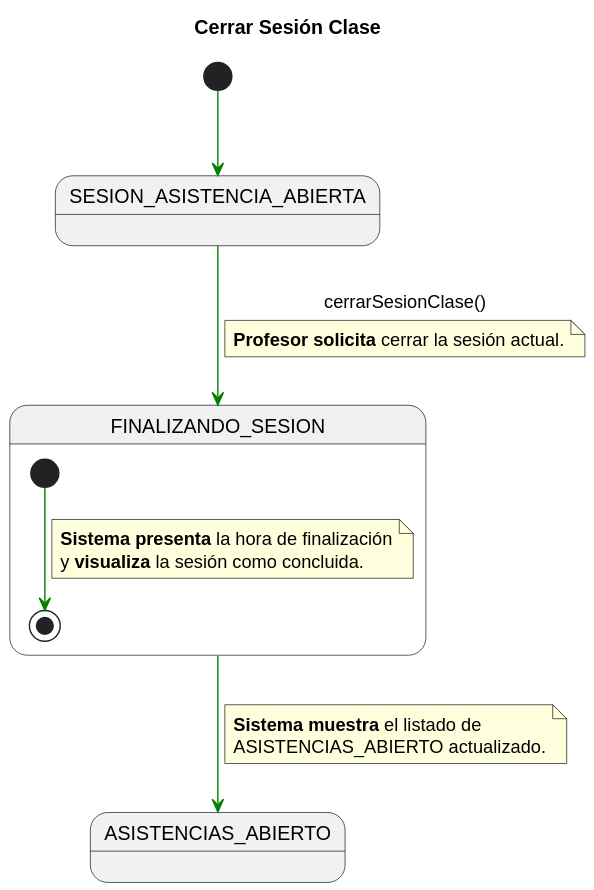
jerdier/25-26-idsw2-sdVC keeps this PlantUML diagram as documents/requisitado/02-detalle/Profesor/cerrarSesionClase.svg. Above is the earlier version. The source it was exported from:
```plantuml
@startuml
title Cerrar Sesión Clase
skinparam linetype polyline

state SESION_ACTUAL_INICIAL as "SESION_ASISTENCIA_ABIERTA"
state PROCESO_CIERRE_COMP   as "FINALIZANDO_SESION"
state ASISTENCIAS_FINAL     as "ASISTENCIAS_ABIERTO"

[*] -[#green]-> SESION_ACTUAL_INICIAL

SESION_ACTUAL_INICIAL -[#green]-> PROCESO_CIERRE_COMP : cerrarSesionClase()
note on link
<b>Profesor solicita</b> cerrar la sesión actual.
end note

state PROCESO_CIERRE_COMP {


    [*] -[#green]-> [*]
    note on link
    <b>Sistema presenta</b> la hora de finalización
    y <b>visualiza</b> la sesión como concluida.
    end note

}

PROCESO_CIERRE_COMP -[#green]-> ASISTENCIAS_FINAL
note on link
<b>Sistema muestra</b> el listado de
ASISTENCIAS_ABIERTO actualizado.
end note
@enduml
```
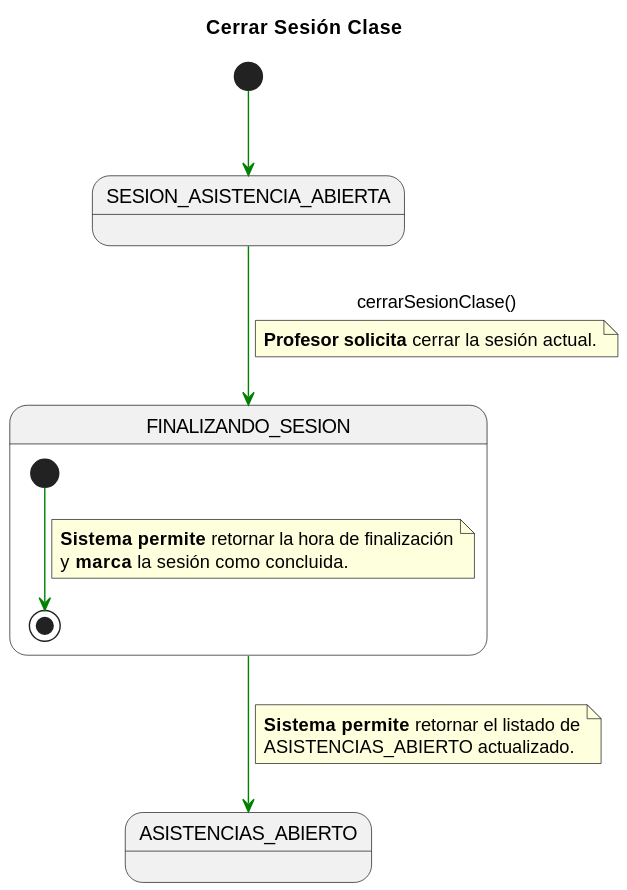
After the commit.

Diff of the diagram source:
```diff
@@ -18,15 +18,15 @@
 
     [*] -[#green]-> [*]
     note on link
-    <b>Sistema presenta</b> la hora de finalización
-    y <b>visualiza</b> la sesión como concluida.
+    <b>Sistema permite</b> retornar la hora de finalización
+    y <b>marca</b> la sesión como concluida.
     end note
 
 }
 
 PROCESO_CIERRE_COMP -[#green]-> ASISTENCIAS_FINAL
 note on link
-<b>Sistema muestra</b> el listado de
+<b>Sistema permite</b> retornar el listado de
 ASISTENCIAS_ABIERTO actualizado.
 end note
 @enduml
```
